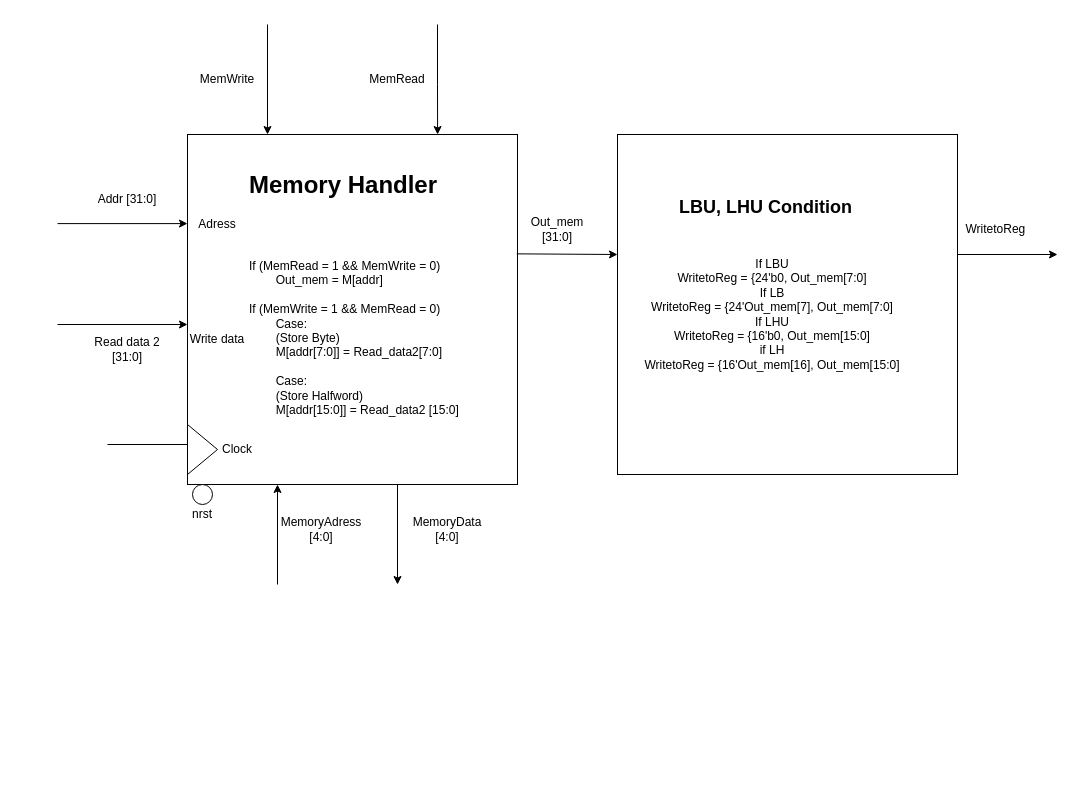
This is Data_memory.drawio from limichael246/STARS_2024, a draw.io file, before an edit. Source tidied: cells renumbered, new cells numbered last; positions are measured from the earlier drawing's top-left corner, leaving out a move shared by most shapes. Both pictures are drawn from the tidied source at 100%, with x=0, y=0 at pixel (57, 24).
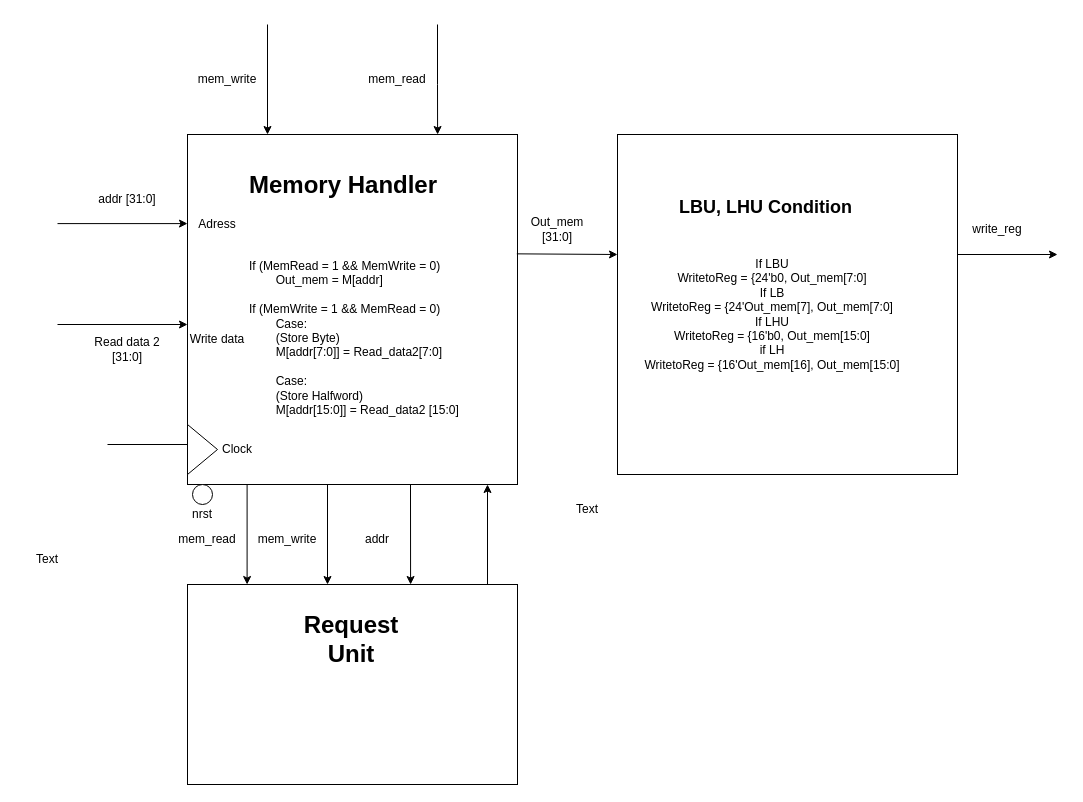
After the change.

What changed in the source:
```diff
@@
-    <mxCell id="6" value="Addr [31:0]" style="text;html=1;align=center;verticalAlign=middle;whiteSpace=wrap;rounded=0;" parent="1" vertex="1">
+    <mxCell id="6" value="addr [31:0]" style="text;html=1;align=center;verticalAlign=middle;whiteSpace=wrap;rounded=0;" parent="1" vertex="1">
       <mxGeometry x="30" y="160" width="80" height="30" as="geometry" />
     </mxCell>
@@
-    <mxCell id="10" value="MemWrite" style="text;html=1;align=center;verticalAlign=middle;whiteSpace=wrap;rounded=0;" parent="1" vertex="1">
+    <mxCell id="10" value="mem_write" style="text;html=1;align=center;verticalAlign=middle;whiteSpace=wrap;rounded=0;" parent="1" vertex="1">
       <mxGeometry x="140" y="40" width="60" height="30" as="geometry" />
     </mxCell>
@@
-    <mxCell id="12" value="MemRead" style="text;html=1;align=center;verticalAlign=middle;whiteSpace=wrap;rounded=0;" parent="1" vertex="1">
+    <mxCell id="12" value="mem_read" style="text;html=1;align=center;verticalAlign=middle;whiteSpace=wrap;rounded=0;" parent="1" vertex="1">
       <mxGeometry x="310" y="40" width="60" height="30" as="geometry" />
     </mxCell>
@@
-    <mxCell id="19" value="WritetoReg&amp;nbsp;" style="text;html=1;align=center;verticalAlign=middle;whiteSpace=wrap;rounded=0;" parent="1" vertex="1">
+    <mxCell id="19" value="write_reg" style="text;html=1;align=center;verticalAlign=middle;whiteSpace=wrap;rounded=0;" parent="1" vertex="1">
       <mxGeometry x="910" y="190" width="60" height="30" as="geometry" />
     </mxCell>
@@
     <mxCell id="21" style="endArrow=classic;html=1;rounded=0;" parent="1" edge="1">
       <mxGeometry relative="1" as="geometry">
-        <mxPoint x="220" y="560" as="sourcePoint" />
-        <mxPoint x="220" y="460" as="targetPoint" />
+        <mxPoint x="430" y="560" as="sourcePoint" />
+        <mxPoint x="430" y="460" as="targetPoint" />
       </mxGeometry>
     </mxCell>
     <mxCell id="22" style="endArrow=classic;html=1;rounded=0;" parent="1" edge="1">
       <mxGeometry relative="1" as="geometry">
-        <mxPoint x="340" y="460" as="sourcePoint" />
-        <mxPoint x="340" y="560" as="targetPoint" />
+        <mxPoint x="189.6" y="460" as="sourcePoint" />
+        <mxPoint x="189.6" y="560" as="targetPoint" />
       </mxGeometry>
     </mxCell>
-    <mxCell id="23" value="MemoryAdress&lt;div&gt;[4:0]&lt;/div&gt;" style="text;html=1;align=center;verticalAlign=middle;whiteSpace=wrap;rounded=0;" parent="1" vertex="1">
-      <mxGeometry x="234" y="490" width="60" height="30" as="geometry" />
-    </mxCell>
-    <mxCell id="24" value="MemoryData&lt;div&gt;[4:0]&lt;/div&gt;" style="text;html=1;align=center;verticalAlign=middle;whiteSpace=wrap;rounded=0;" parent="1" vertex="1">
-      <mxGeometry x="360" y="490" width="60" height="30" as="geometry" />
-    </mxCell>
@@
+    <mxCell id="30" style="endArrow=classic;html=1;rounded=0;" parent="1" edge="1">
+      <mxGeometry relative="1" as="geometry">
+        <mxPoint x="270" y="460" as="sourcePoint" />
+        <mxPoint x="270" y="560" as="targetPoint" />
+      </mxGeometry>
+    </mxCell>
+    <mxCell id="31" style="rounded=0;whiteSpace=wrap;html=1;" parent="1" vertex="1">
+      <mxGeometry x="130" y="560" width="330" height="200" as="geometry" />
+    </mxCell>
+    <mxCell id="32" value="&lt;font style=&quot;font-size: 24px;&quot;&gt;&lt;b&gt;Request Unit&lt;/b&gt;&lt;/font&gt;" style="text;html=1;align=center;verticalAlign=middle;whiteSpace=wrap;rounded=0;" parent="1" vertex="1">
+      <mxGeometry x="234" y="600" width="120" height="30" as="geometry" />
+    </mxCell>
+    <mxCell id="33" style="endArrow=classic;html=1;rounded=0;entryX=0.5;entryY=0;entryDx=0;entryDy=0;exitX=0.609;exitY=1;exitDx=0;exitDy=0;exitPerimeter=0;" parent="1" edge="1">
+      <mxGeometry relative="1" as="geometry">
+        <mxPoint x="353" y="460" as="sourcePoint" />
+        <mxPoint x="353.1" y="560" as="targetPoint" />
+      </mxGeometry>
+    </mxCell>
+    <mxCell id="34" value="Text" style="text;html=1;align=center;verticalAlign=middle;whiteSpace=wrap;rounded=0;" parent="1" vertex="1">
+      <mxGeometry x="-40" y="520" width="60" height="30" as="geometry" />
+    </mxCell>
+    <mxCell id="35" value="mem_read" style="text;html=1;align=center;verticalAlign=middle;whiteSpace=wrap;rounded=0;" parent="1" vertex="1">
+      <mxGeometry x="120" y="500" width="60" height="30" as="geometry" />
+    </mxCell>
+    <mxCell id="36" value="mem_write" style="text;html=1;align=center;verticalAlign=middle;whiteSpace=wrap;rounded=0;" parent="1" vertex="1">
+      <mxGeometry x="200" y="500" width="60" height="30" as="geometry" />
+    </mxCell>
+    <mxCell id="37" value="Text" style="text;html=1;align=center;verticalAlign=middle;whiteSpace=wrap;rounded=0;" parent="1" vertex="1">
+      <mxGeometry x="500" y="470" width="60" height="30" as="geometry" />
+    </mxCell>
+    <mxCell id="38" value="addr" style="text;html=1;align=center;verticalAlign=middle;whiteSpace=wrap;rounded=0;" parent="1" vertex="1">
+      <mxGeometry x="290" y="500" width="60" height="30" as="geometry" />
+    </mxCell>
```
